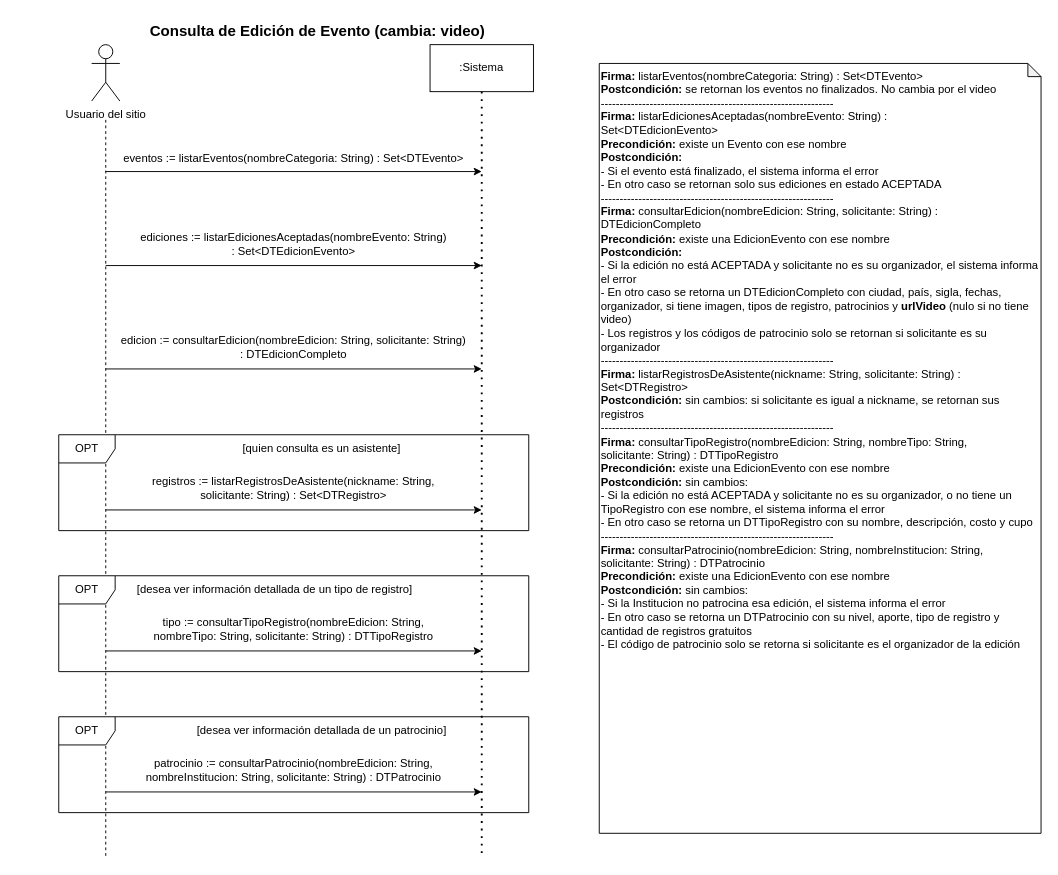
palomacabrera-igl/eventos-uy keeps this draw.io diagram as page "ConsultaDeEdicionConVideo" (2 of 3) of docs/Laboratorio3-Rol3.drawio.xml. Above is the earlier version. Source tidied: cells renumbered, new cells numbered last; positions are measured from the earlier drawing's top-left corner, leaving out a move shared by most shapes. Both pictures are drawn from the tidied source at 94%, with x=0, y=0 at pixel (16, 16).
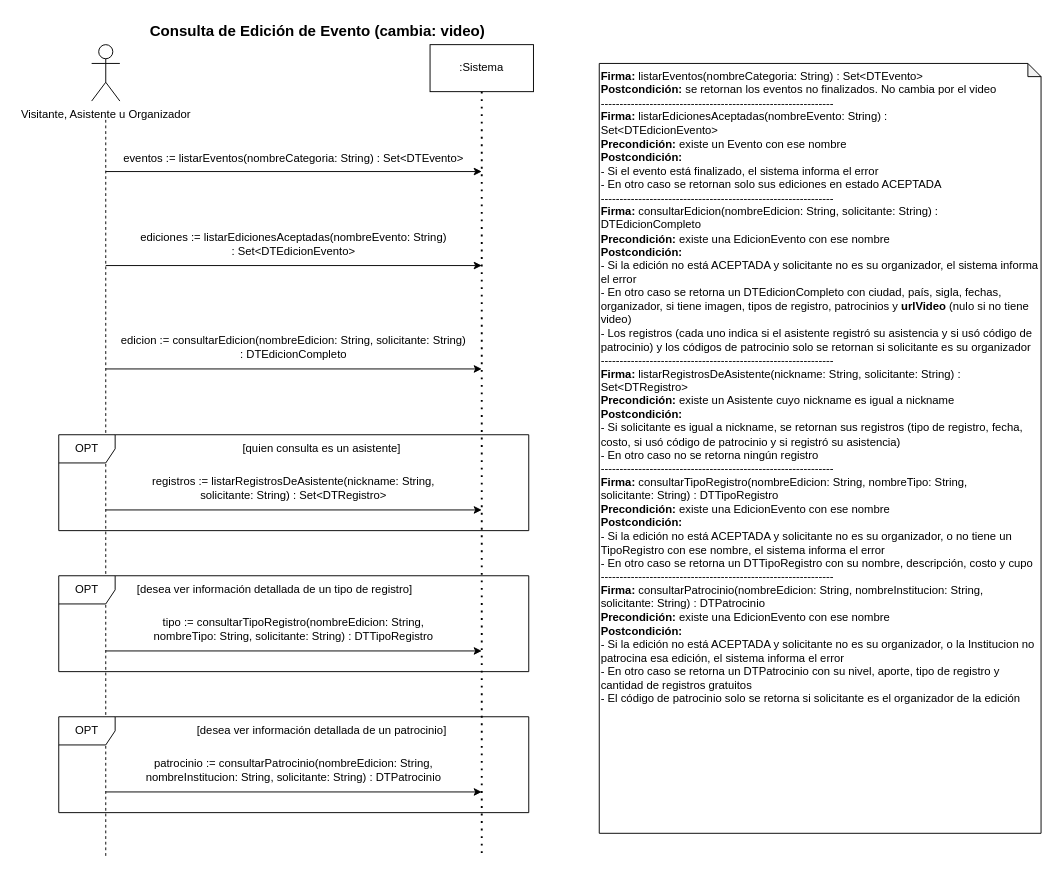
After the change.

Commit message (it also covers changes not shown here):
Docs del Rol 3: correcciones a los DSS y urlVideo en el modelo

- DSS de Leandro: flechas y textos sin superponer, actor de la consulta
  como en la letra, y postcondiciones completas segun Sistema
  (registros con asistencia, patrocinio de edicion no aceptada,
  inicio de sesion del celular solo para asistentes).
- ModeloGeneral: EdicionEvento suma urlVideo: string.
- Laboratorio3-Rol3-diseno.md: se saca la ruta /movil/, que no existe.

Diff of the diagram source:
```diff
@@
-    <mxCell id="3" value="Usuario del sitio" style="shape=umlActor;verticalLabelPosition=bottom;verticalAlign=top;html=1;" parent="1" vertex="1">
+    <mxCell id="3" value="Visitante, Asistente u Organizador" style="shape=umlActor;verticalLabelPosition=bottom;verticalAlign=top;html=1;" parent="1" vertex="1">
       <mxGeometry x="80" y="30" width="30" height="60" as="geometry" />
     </mxCell>
@@
-    <mxCell id="25" value="&lt;b&gt;Firma:&lt;/b&gt; listarEventos(nombreCategoria: String) : Set&amp;lt;DTEvento&amp;gt;&lt;br&gt;&lt;b&gt;Postcondición:&lt;/b&gt; se retornan los eventos no finalizados. No cambia por el video&lt;br&gt;--------------------------------------------------------------&lt;br&gt;&lt;b&gt;Firma:&lt;/b&gt; listarEdicionesAceptadas(nombreEvento: String) :&lt;br&gt;Set&amp;lt;DTEdicionEvento&amp;gt;&lt;br&gt;&lt;b&gt;Precondición:&lt;/b&gt; existe un Evento con ese nombre&lt;br&gt;&lt;b&gt;Postcondición:&lt;/b&gt;&lt;br&gt;- Si el evento está finalizado, el sistema informa el error&lt;br&gt;- En otro caso se retornan solo sus ediciones en estado ACEPTADA&lt;br&gt;--------------------------------------------------------------&lt;br&gt;&lt;b&gt;Firma:&lt;/b&gt; consultarEdicion(nombreEdicion: String, solicitante: String) :&lt;br&gt;DTEdicionCompleto&lt;br&gt;&lt;b&gt;Precondición:&lt;/b&gt; existe una EdicionEvento con ese nombre&lt;br&gt;&lt;b&gt;Postcondición:&lt;/b&gt;&lt;br&gt;- Si la edición no está ACEPTADA y solicitante no es su organizador, el sistema informa el error&lt;br&gt;- En otro caso se retorna un DTEdicionCompleto con ciudad, país, sigla, fechas, organizador, si tiene imagen, tipos de registro, patrocinios y &lt;b&gt;urlVideo&lt;/b&gt; (nulo si no tiene video)&lt;br&gt;- Los registros y los códigos de patrocinio solo se retornan si solicitante es su organizador&lt;br&gt;--------------------------------------------------------------&lt;br&gt;&lt;b&gt;Firma:&lt;/b&gt; listarRegistrosDeAsistente(nickname: String, solicitante: String) :&lt;br&gt;Set&amp;lt;DTRegistro&amp;gt;&lt;br&gt;&lt;b&gt;Postcondición:&lt;/b&gt; sin cambios: si solicitante es igual a nickname, se retornan sus registros&lt;br&gt;--------------------------------------------------------------&lt;br&gt;&lt;b&gt;Firma:&lt;/b&gt; consultarTipoRegistro(nombreEdicion: String, nombreTipo: String,&lt;br&gt;solicitante: String) : DTTipoRegistro&lt;br&gt;&lt;b&gt;Precondición:&lt;/b&gt; existe una EdicionEvento con ese nombre&lt;br&gt;&lt;b&gt;Postcondición:&lt;/b&gt; sin cambios:&lt;br&gt;- Si la edición no está ACEPTADA y solicitante no es su organizador, o no tiene un TipoRegistro con ese nombre, el sistema informa el error&lt;br&gt;- En otro caso se retorna un DTTipoRegistro con su nombre, descripción, costo y cupo&lt;br&gt;--------------------------------------------------------------&lt;br&gt;&lt;b&gt;Firma:&lt;/b&gt; consultarPatrocinio(nombreEdicion: String, nombreInstitucion: String,&lt;br&gt;solicitante: String) : DTPatrocinio&lt;br&gt;&lt;b&gt;Precondición:&lt;/b&gt; existe una EdicionEvento con ese nombre&lt;br&gt;&lt;b&gt;Postcondición:&lt;/b&gt; sin cambios:&lt;br&gt;- Si la Institucion no patrocina esa edición, el sistema informa el error&lt;br&gt;- En otro caso se retorna un DTPatrocinio con su nivel, aporte, tipo de registro y cantidad de registros gratuitos&lt;br&gt;- El código de patrocinio solo se retorna si solicitante es el organizador de la edición&lt;br&gt;&lt;div&gt;&lt;br/&gt;&lt;/div&gt;" style="shape=note;whiteSpace=wrap;html=1;backgroundOutline=1;darkOpacity=0.05;align=left;rounded=0;verticalAlign=top;size=14;" parent="1" vertex="1">
+    <mxCell id="25" value="&lt;b&gt;Firma:&lt;/b&gt; listarEventos(nombreCategoria: String) : Set&amp;lt;DTEvento&amp;gt;&lt;br&gt;&lt;b&gt;Postcondición:&lt;/b&gt; se retornan los eventos no finalizados. No cambia por el video&lt;br&gt;--------------------------------------------------------------&lt;br&gt;&lt;b&gt;Firma:&lt;/b&gt; listarEdicionesAceptadas(nombreEvento: String) :&lt;br&gt;Set&amp;lt;DTEdicionEvento&amp;gt;&lt;br&gt;&lt;b&gt;Precondición:&lt;/b&gt; existe un Evento con ese nombre&lt;br&gt;&lt;b&gt;Postcondición:&lt;/b&gt;&lt;br&gt;- Si el evento está finalizado, el sistema informa el error&lt;br&gt;- En otro caso se retornan solo sus ediciones en estado ACEPTADA&lt;br&gt;--------------------------------------------------------------&lt;br&gt;&lt;b&gt;Firma:&lt;/b&gt; consultarEdicion(nombreEdicion: String, solicitante: String) :&lt;br&gt;DTEdicionCompleto&lt;br&gt;&lt;b&gt;Precondición:&lt;/b&gt; existe una EdicionEvento con ese nombre&lt;br&gt;&lt;b&gt;Postcondición:&lt;/b&gt;&lt;br&gt;- Si la edición no está ACEPTADA y solicitante no es su organizador, el sistema informa el error&lt;br&gt;- En otro caso se retorna un DTEdicionCompleto con ciudad, país, sigla, fechas, organizador, si tiene imagen, tipos de registro, patrocinios y &lt;b&gt;urlVideo&lt;/b&gt; (nulo si no tiene video)&lt;br&gt;- Los registros (cada uno indica si el asistente registró su asistencia y si usó código de patrocinio) y los códigos de patrocinio solo se retornan si solicitante es su organizador&lt;br&gt;--------------------------------------------------------------&lt;br&gt;&lt;b&gt;Firma:&lt;/b&gt; listarRegistrosDeAsistente(nickname: String, solicitante: String) :&lt;br&gt;Set&amp;lt;DTRegistro&amp;gt;&lt;br&gt;&lt;b&gt;Precondición:&lt;/b&gt; existe un Asistente cuyo nickname es igual a nickname&lt;br&gt;&lt;b&gt;Postcondición:&lt;/b&gt;&lt;br&gt;- Si solicitante es igual a nickname, se retornan sus registros (tipo de registro, fecha, costo, si usó código de patrocinio y si registró su asistencia)&lt;br&gt;- En otro caso no se retorna ningún registro&lt;br&gt;--------------------------------------------------------------&lt;br&gt;&lt;b&gt;Firma:&lt;/b&gt; consultarTipoRegistro(nombreEdicion: String, nombreTipo: String,&lt;br&gt;solicitante: String) : DTTipoRegistro&lt;br&gt;&lt;b&gt;Precondición:&lt;/b&gt; existe una EdicionEvento con ese nombre&lt;br&gt;&lt;b&gt;Postcondición:&lt;/b&gt;&lt;br&gt;- Si la edición no está ACEPTADA y solicitante no es su organizador, o no tiene un TipoRegistro con ese nombre, el sistema informa el error&lt;br&gt;- En otro caso se retorna un DTTipoRegistro con su nombre, descripción, costo y cupo&lt;br&gt;--------------------------------------------------------------&lt;br&gt;&lt;b&gt;Firma:&lt;/b&gt; consultarPatrocinio(nombreEdicion: String, nombreInstitucion: String,&lt;br&gt;solicitante: String) : DTPatrocinio&lt;br&gt;&lt;b&gt;Precondición:&lt;/b&gt; existe una EdicionEvento con ese nombre&lt;br&gt;&lt;b&gt;Postcondición:&lt;/b&gt;&lt;br&gt;- Si la edición no está ACEPTADA y solicitante no es su organizador, o la Institucion no patrocina esa edición, el sistema informa el error&lt;br&gt;- En otro caso se retorna un DTPatrocinio con su nivel, aporte, tipo de registro y cantidad de registros gratuitos&lt;br&gt;- El código de patrocinio solo se retorna si solicitante es el organizador de la edición&lt;br&gt;&lt;div&gt;&lt;br/&gt;&lt;/div&gt;" style="shape=note;whiteSpace=wrap;html=1;backgroundOutline=1;darkOpacity=0.05;align=left;rounded=0;verticalAlign=top;size=14;" parent="1" vertex="1">
       <mxGeometry x="620" y="50" width="470" height="819" as="geometry" />
     </mxCell>
```
